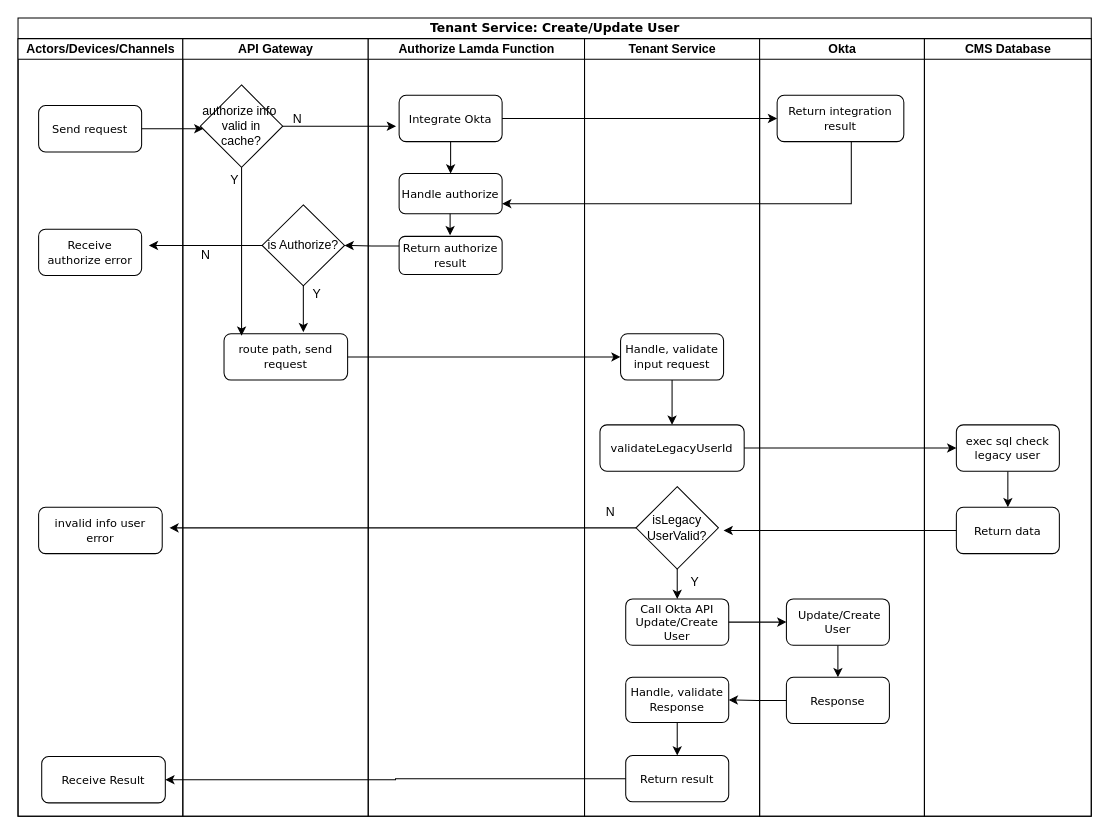
Earlier version of the draw.io diagram DispatchTenant5.drawio (dieunguyen2003/deploycode). Source tidied: cells renumbered, new cells numbered last; positions are measured from the earlier drawing's top-left corner, leaving out a move shared by most shapes. Both pictures are drawn from the tidied source at 103%, with x=0, y=0 at pixel (18, 18).
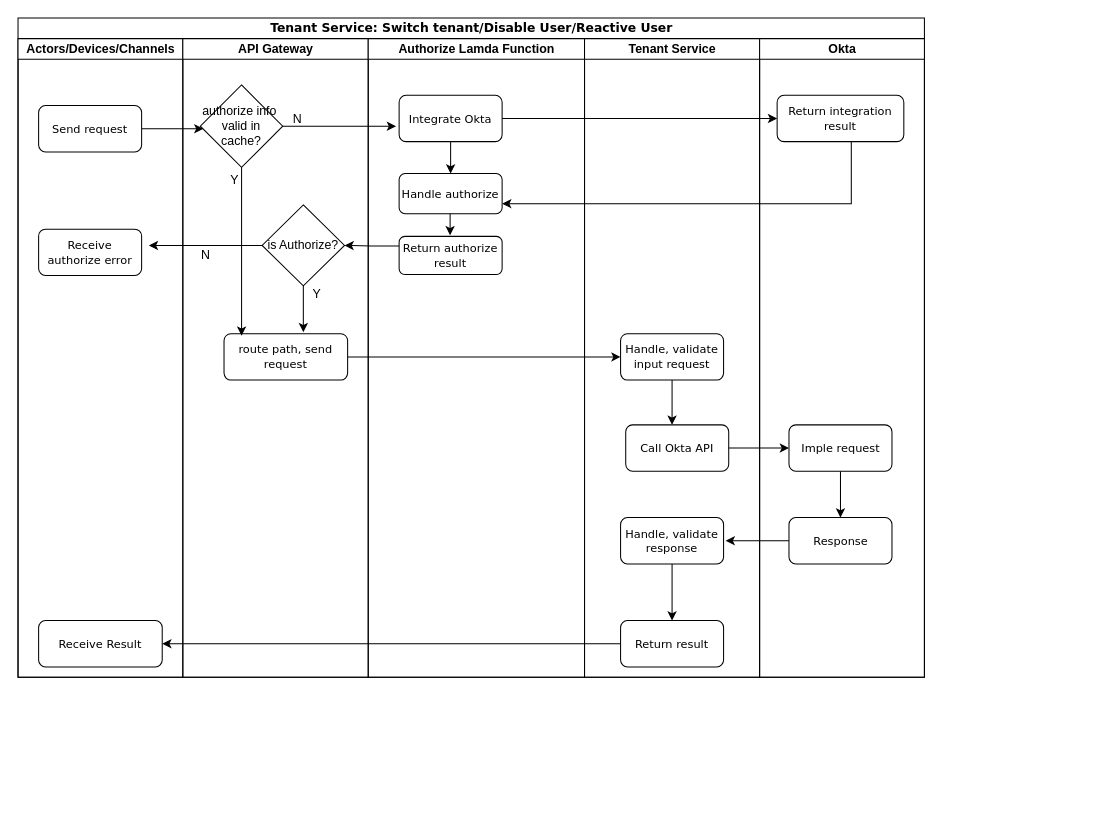
The same diagram, later.

Unchanged cells that the change refers to:
```xml
<mxCell id="29" value="&lt;font style=&quot;font-size: 11px;&quot;&gt;Handle, validate input request&lt;/font&gt;" style="rounded=1;whiteSpace=wrap;html=1;shadow=0;labelBackgroundColor=none;strokeWidth=1;fontFamily=Verdana;fontSize=8;align=center;" parent="27" vertex="1">
  <mxGeometry x="35" y="286.5" width="100" height="45" as="geometry" />
</mxCell>
```

Diff of the diagram source:
```diff
@@
-    <mxCell id="2" value="&lt;font style=&quot;font-size: 12px;&quot;&gt;Tenant Service: Create/Update User&lt;/font&gt;" style="swimlane;html=1;startSize=20;rounded=0;shadow=0;labelBackgroundColor=none;strokeWidth=1;fontFamily=Verdana;fontSize=8;align=center;" parent="1" vertex="1">
-      <mxGeometry width="1042" height="775" as="geometry" />
+    <mxCell id="2" value="&lt;font style=&quot;font-size: 12px;&quot;&gt;Tenant Service: Switch tenant/Disable User/Reactive User&lt;/font&gt;" style="swimlane;html=1;startSize=20;rounded=0;shadow=0;labelBackgroundColor=none;strokeWidth=1;fontFamily=Verdana;fontSize=8;align=center;" parent="1" vertex="1">
+      <mxGeometry width="880" height="640" as="geometry" />
     </mxCell>
     <mxCell id="3" value="Actors/Devices/Channels" style="swimlane;html=1;startSize=20;" parent="2" vertex="1">
-      <mxGeometry y="20" width="160" height="755" as="geometry" />
+      <mxGeometry y="20" width="160" height="620" as="geometry" />
     </mxCell>
@@
     <mxCell id="7" value="&lt;span style=&quot;font-size: 11px;&quot;&gt;Receive Result&lt;/span&gt;" style="rounded=1;whiteSpace=wrap;html=1;shadow=0;labelBackgroundColor=none;strokeWidth=1;fontFamily=Verdana;fontSize=8;align=center;" parent="3" vertex="1">
-      <mxGeometry x="23" y="697" width="120" height="45" as="geometry" />
+      <mxGeometry x="20" y="565" width="120" height="45" as="geometry" />
     </mxCell>
-    <mxCell id="8" value="&lt;span style=&quot;font-size: 11px;&quot;&gt;invalid info user error&lt;/span&gt;" style="rounded=1;whiteSpace=wrap;html=1;shadow=0;labelBackgroundColor=none;strokeWidth=1;fontFamily=Verdana;fontSize=8;align=center;" parent="3" vertex="1">
-      <mxGeometry x="20" y="455" width="120" height="45" as="geometry" />
-    </mxCell>
     <mxCell id="9" value="API Gateway" style="swimlane;html=1;startSize=20;" parent="2" vertex="1">
-      <mxGeometry x="160" y="20" width="180" height="755" as="geometry" />
+      <mxGeometry x="160" y="20" width="180" height="620" as="geometry" />
     </mxCell>
@@
     <mxCell id="21" value="Authorize Lamda Function" style="swimlane;html=1;startSize=20;" parent="2" vertex="1">
-      <mxGeometry x="340" y="20" width="210" height="755" as="geometry" />
+      <mxGeometry x="340" y="20" width="210" height="620" as="geometry" />
     </mxCell>
@@
     <mxCell id="27" value="Tenant Service" style="swimlane;html=1;startSize=20;" parent="2" vertex="1">
-      <mxGeometry x="550" y="20" width="170" height="755" as="geometry" />
+      <mxGeometry x="550" y="20" width="170" height="620" as="geometry" />
     </mxCell>
-    <mxCell id="28" style="edgeStyle=orthogonalEdgeStyle;rounded=0;jettySize=auto;html=1;" parent="27" edge="1" source="29" target="30">
-      <mxGeometry relative="1" as="geometry" />
+    <mxCell id="28" style="edgeStyle=orthogonalEdgeStyle;rounded=0;jettySize=auto;html=1;" parent="27" edge="1" source="29">
+      <mxGeometry relative="1" as="geometry">
+        <mxPoint x="85" y="375" as="targetPoint" />
+      </mxGeometry>
     </mxCell>
@@
-    <mxCell id="30" value="&lt;font style=&quot;font-size: 11px;&quot;&gt;validateLegacyUserId&lt;/font&gt;" style="rounded=1;whiteSpace=wrap;html=1;shadow=0;labelBackgroundColor=none;strokeWidth=1;fontFamily=Verdana;fontSize=8;align=center;" parent="27" vertex="1">
-      <mxGeometry x="15" y="375" width="140" height="45" as="geometry" />
-    </mxCell>
-    <mxCell id="31" style="edgeStyle=orthogonalEdgeStyle;rounded=0;jettySize=auto;html=1;entryX=0.5;entryY=0;entryDx=0;entryDy=0;" parent="27" edge="1" source="33" target="34">
-      <mxGeometry relative="1" as="geometry" />
-    </mxCell>
-    <mxCell id="32" style="edgeStyle=orthogonalEdgeStyle;rounded=0;jettySize=auto;html=1;" parent="27" edge="1" source="33">
-      <mxGeometry relative="1" as="geometry">
-        <mxPoint x="-403" y="475" as="targetPoint" />
-      </mxGeometry>
-    </mxCell>
-    <mxCell id="33" value="isLegacy&lt;br&gt;UserValid?" style="rhombus;whiteSpace=wrap;html=1;" parent="27" vertex="1">
-      <mxGeometry x="50" y="435" width="80" height="80" as="geometry" />
-    </mxCell>
-    <mxCell id="34" value="&lt;font style=&quot;font-size: 11px;&quot;&gt;Call Okta API Update/Create User&lt;/font&gt;" style="rounded=1;whiteSpace=wrap;html=1;shadow=0;labelBackgroundColor=none;strokeWidth=1;fontFamily=Verdana;fontSize=8;align=center;" parent="27" vertex="1">
-      <mxGeometry x="40" y="544" width="100" height="45" as="geometry" />
+    <mxCell id="34" value="&lt;font style=&quot;font-size: 11px;&quot;&gt;Call Okta API&lt;/font&gt;" style="rounded=1;whiteSpace=wrap;html=1;shadow=0;labelBackgroundColor=none;strokeWidth=1;fontFamily=Verdana;fontSize=8;align=center;" parent="27" vertex="1">
+      <mxGeometry x="40" y="375" width="100" height="45" as="geometry" />
     </mxCell>
-    <mxCell id="35" style="edgeStyle=orthogonalEdgeStyle;rounded=0;jettySize=auto;html=1;" parent="27" edge="1" source="36" target="38">
-      <mxGeometry relative="1" as="geometry" />
-    </mxCell>
-    <mxCell id="36" value="&lt;span style=&quot;font-size: 11px;&quot;&gt;Handle, validate Response&lt;/span&gt;" style="rounded=1;whiteSpace=wrap;html=1;shadow=0;labelBackgroundColor=none;strokeWidth=1;fontFamily=Verdana;fontSize=8;align=center;" parent="27" vertex="1">
-      <mxGeometry x="40" y="620" width="100" height="44" as="geometry" />
-    </mxCell>
-    <mxCell id="37" value="N" style="text;html=1;align=center;verticalAlign=middle;strokeColor=none;fillColor=none;" parent="27" vertex="1">
-      <mxGeometry x="10" y="445" width="30" height="30" as="geometry" />
-    </mxCell>
     <mxCell id="38" value="&lt;span style=&quot;font-size: 11px;&quot;&gt;Return result&lt;/span&gt;" style="rounded=1;whiteSpace=wrap;html=1;shadow=0;labelBackgroundColor=none;strokeWidth=1;fontFamily=Verdana;fontSize=8;align=center;" parent="27" vertex="1">
-      <mxGeometry x="40" y="696" width="100" height="45" as="geometry" />
+      <mxGeometry x="35" y="565" width="100" height="45" as="geometry" />
     </mxCell>
+    <mxCell id="58" style="edgeStyle=orthogonalEdgeStyle;rounded=0;jettySize=auto;html=1;entryX=0.5;entryY=0;entryDx=0;entryDy=0;" parent="27" edge="1" source="59" target="38">
+      <mxGeometry relative="1" as="geometry" />
+    </mxCell>
+    <mxCell id="59" value="&lt;span style=&quot;font-size: 11px;&quot;&gt;Handle, validate response&lt;/span&gt;" style="rounded=1;whiteSpace=wrap;html=1;shadow=0;labelBackgroundColor=none;strokeWidth=1;fontFamily=Verdana;fontSize=8;align=center;" parent="27" vertex="1">
+      <mxGeometry x="35" y="465" width="100" height="45" as="geometry" />
+    </mxCell>
     <mxCell id="39" value="Okta" style="swimlane;html=1;startSize=20;" parent="2" vertex="1">
-      <mxGeometry x="720" y="20" width="160" height="755" as="geometry" />
+      <mxGeometry x="720" y="20" width="160" height="620" as="geometry" />
     </mxCell>
@@
-    <mxCell id="41" style="edgeStyle=orthogonalEdgeStyle;rounded=0;jettySize=auto;html=1;entryX=0.5;entryY=0;entryDx=0;entryDy=0;" parent="39" edge="1" source="42" target="43">
-      <mxGeometry relative="1" as="geometry" />
-    </mxCell>
-    <mxCell id="42" value="&lt;font style=&quot;font-size: 11px;&quot;&gt;&amp;nbsp;Update/Create User&lt;/font&gt;" style="rounded=1;whiteSpace=wrap;html=1;shadow=0;labelBackgroundColor=none;strokeWidth=1;fontFamily=Verdana;fontSize=8;align=center;" parent="39" vertex="1">
-      <mxGeometry x="26" y="544" width="100" height="45" as="geometry" />
-    </mxCell>
+    <mxCell id="60" style="edgeStyle=orthogonalEdgeStyle;rounded=0;jettySize=auto;html=1;entryX=0.5;entryY=0;entryDx=0;entryDy=0;" parent="39" edge="1" source="61" target="43">
+      <mxGeometry relative="1" as="geometry" />
+    </mxCell>
+    <mxCell id="61" value="&lt;span style=&quot;font-size: 11px;&quot;&gt;Imple request&lt;/span&gt;" style="rounded=1;whiteSpace=wrap;html=1;shadow=0;labelBackgroundColor=none;strokeWidth=1;fontFamily=Verdana;fontSize=8;align=center;" parent="39" vertex="1">
+      <mxGeometry x="28.5" y="375" width="100" height="45" as="geometry" />
+    </mxCell>
+    <mxCell id="62" style="edgeStyle=orthogonalEdgeStyle;rounded=0;jettySize=auto;html=1;" parent="39" edge="1" source="43">
+      <mxGeometry relative="1" as="geometry">
+        <mxPoint x="-33" y="487.5" as="targetPoint" />
+      </mxGeometry>
+    </mxCell>
     <mxCell id="43" value="&lt;span style=&quot;font-size: 11px;&quot;&gt;Response&lt;/span&gt;" style="rounded=1;whiteSpace=wrap;html=1;shadow=0;labelBackgroundColor=none;strokeWidth=1;fontFamily=Verdana;fontSize=8;align=center;" parent="39" vertex="1">
-      <mxGeometry x="26" y="620" width="100" height="45" as="geometry" />
+      <mxGeometry x="28.5" y="465" width="100" height="45" as="geometry" />
     </mxCell>
@@
-    <mxCell id="46" value="CMS Database" style="swimlane;html=1;startSize=20;" parent="2" vertex="1">
-      <mxGeometry x="880" y="20" width="162" height="755" as="geometry" />
-    </mxCell>
-    <mxCell id="47" style="edgeStyle=orthogonalEdgeStyle;rounded=0;jettySize=auto;html=1;" parent="46" edge="1" source="48" target="49">
-      <mxGeometry relative="1" as="geometry" />
-    </mxCell>
-    <mxCell id="48" value="&lt;span style=&quot;font-size: 11px;&quot;&gt;exec sql check legacy user&lt;/span&gt;" style="rounded=1;whiteSpace=wrap;html=1;shadow=0;labelBackgroundColor=none;strokeWidth=1;fontFamily=Verdana;fontSize=8;align=center;" parent="46" vertex="1">
-      <mxGeometry x="31" y="375" width="100" height="45" as="geometry" />
-    </mxCell>
-    <mxCell id="49" value="&lt;font style=&quot;font-size: 11px;&quot;&gt;Return data&lt;/font&gt;" style="rounded=1;whiteSpace=wrap;html=1;shadow=0;labelBackgroundColor=none;strokeWidth=1;fontFamily=Verdana;fontSize=8;align=center;" parent="46" vertex="1">
-      <mxGeometry x="31" y="455" width="100" height="45" as="geometry" />
-    </mxCell>
@@
-    <mxCell id="52" style="edgeStyle=orthogonalEdgeStyle;rounded=0;jettySize=auto;html=1;" parent="2" edge="1" source="30" target="48">
-      <mxGeometry relative="1" as="geometry" />
-    </mxCell>
-    <mxCell id="53" style="edgeStyle=orthogonalEdgeStyle;rounded=0;jettySize=auto;html=1;entryX=1;entryY=0.5;entryDx=0;entryDy=0;" parent="2" edge="1" source="49">
-      <mxGeometry relative="1" as="geometry">
-        <mxPoint x="685" y="497.5" as="targetPoint" />
-      </mxGeometry>
-    </mxCell>
-    <mxCell id="54" style="edgeStyle=orthogonalEdgeStyle;rounded=0;jettySize=auto;html=1;" parent="2" edge="1" source="34" target="42">
-      <mxGeometry relative="1" as="geometry" />
-    </mxCell>
-    <mxCell id="55" style="edgeStyle=orthogonalEdgeStyle;rounded=0;jettySize=auto;html=1;" parent="2" edge="1" source="43" target="36">
-      <mxGeometry relative="1" as="geometry" />
-    </mxCell>
@@
-    <mxCell id="57" value="Y" style="text;html=1;align=center;verticalAlign=middle;strokeColor=none;fillColor=none;" parent="1" vertex="1">
-      <mxGeometry x="642" y="533" width="30" height="30" as="geometry" />
-    </mxCell>
+    <mxCell id="63" style="edgeStyle=orthogonalEdgeStyle;rounded=0;jettySize=auto;html=1;" parent="2" edge="1" source="34" target="61">
+      <mxGeometry relative="1" as="geometry" />
+    </mxCell>
```
